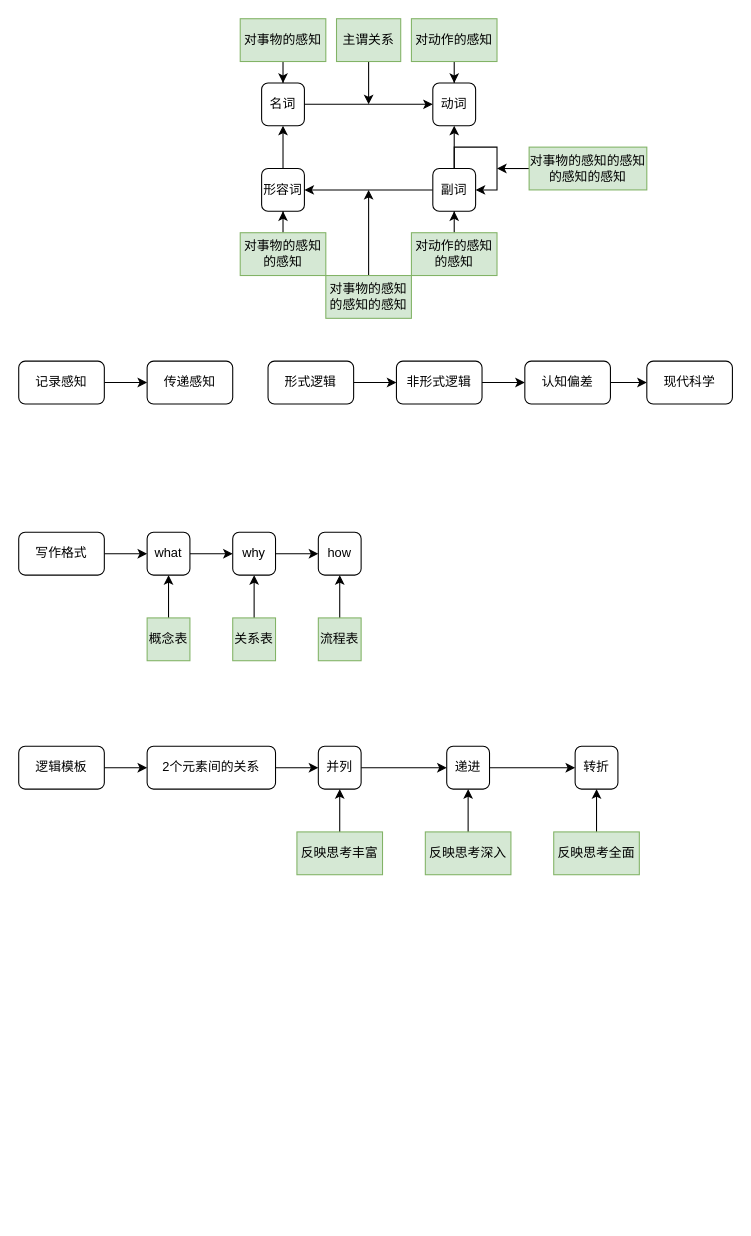
yanhanfrontend/draw.io.workspace keeps this draw.io diagram as 写作课.drawio. Above is the earlier version. Source tidied: cells renumbered, new cells numbered last; positions are measured from the earlier drawing's top-left corner, leaving out a move shared by most shapes. Both pictures are drawn from the tidied source at 107%, with x=0, y=0 at pixel (18, 18).
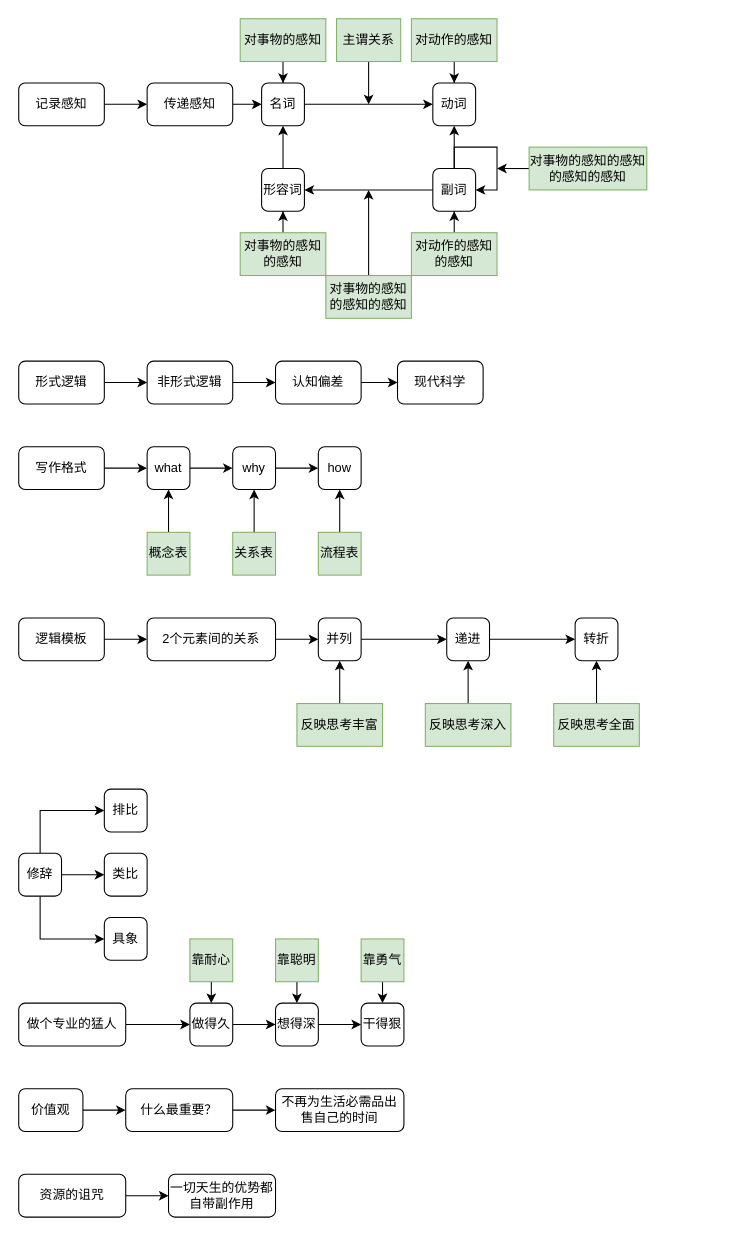
The same page after the edit.

Commit message:
更新写作课.drawio

The change refers to these unchanged cells:
```xml
<mxCell id="29" value="名词" style="rounded=1;whiteSpace=wrap;html=1;" parent="1" vertex="1">
  <mxGeometry x="227" y="60" width="40" height="40" as="geometry" />
</mxCell>
```

The edit, as a diff of the source:
```diff
@@
     <mxCell id="3" value="并列" style="rounded=1;whiteSpace=wrap;html=1;" parent="1" vertex="1">
-      <mxGeometry x="280" y="680" width="40" height="40" as="geometry" />
+      <mxGeometry x="280" y="560" width="40" height="40" as="geometry" />
     </mxCell>
@@
     <mxCell id="5" value="递进" style="rounded=1;whiteSpace=wrap;html=1;" parent="1" vertex="1">
-      <mxGeometry x="400" y="680" width="40" height="40" as="geometry" />
+      <mxGeometry x="400" y="560" width="40" height="40" as="geometry" />
     </mxCell>
     <mxCell id="6" value="转折" style="rounded=1;whiteSpace=wrap;html=1;" parent="1" vertex="1">
-      <mxGeometry x="520" y="680" width="40" height="40" as="geometry" />
+      <mxGeometry x="520" y="560" width="40" height="40" as="geometry" />
     </mxCell>
@@
     <mxCell id="8" value="反映思考丰富" style="text;html=1;align=center;verticalAlign=middle;whiteSpace=wrap;rounded=0;fillColor=#d5e8d4;strokeColor=#82b366;" parent="1" vertex="1">
-      <mxGeometry x="260" y="760" width="80" height="40" as="geometry" />
+      <mxGeometry x="260" y="640" width="80" height="40" as="geometry" />
     </mxCell>
@@
     <mxCell id="10" value="反映思考深入" style="text;html=1;align=center;verticalAlign=middle;whiteSpace=wrap;rounded=0;fillColor=#d5e8d4;strokeColor=#82b366;" parent="1" vertex="1">
-      <mxGeometry x="380" y="760" width="80" height="40" as="geometry" />
+      <mxGeometry x="380" y="640" width="80" height="40" as="geometry" />
     </mxCell>
@@
     <mxCell id="12" value="反映思考全面" style="text;html=1;align=center;verticalAlign=middle;whiteSpace=wrap;rounded=0;fillColor=#d5e8d4;strokeColor=#82b366;" parent="1" vertex="1">
-      <mxGeometry x="500" y="760" width="80" height="40" as="geometry" />
+      <mxGeometry x="500" y="640" width="80" height="40" as="geometry" />
     </mxCell>
@@
     <mxCell id="14" value="写作格式" style="rounded=1;whiteSpace=wrap;html=1;" parent="1" vertex="1">
-      <mxGeometry y="480" width="80" height="40" as="geometry" />
+      <mxGeometry y="400" width="80" height="40" as="geometry" />
     </mxCell>
@@
     <mxCell id="16" value="what" style="rounded=1;whiteSpace=wrap;html=1;" parent="1" vertex="1">
-      <mxGeometry x="120" y="480" width="40" height="40" as="geometry" />
+      <mxGeometry x="120" y="400" width="40" height="40" as="geometry" />
     </mxCell>
@@
     <mxCell id="18" value="why" style="rounded=1;whiteSpace=wrap;html=1;" parent="1" vertex="1">
-      <mxGeometry x="200" y="480" width="40" height="40" as="geometry" />
+      <mxGeometry x="200" y="400" width="40" height="40" as="geometry" />
     </mxCell>
     <mxCell id="19" value="how" style="rounded=1;whiteSpace=wrap;html=1;" parent="1" vertex="1">
-      <mxGeometry x="280" y="480" width="40" height="40" as="geometry" />
+      <mxGeometry x="280" y="400" width="40" height="40" as="geometry" />
     </mxCell>
@@
     <mxCell id="21" value="逻辑模板" style="rounded=1;whiteSpace=wrap;html=1;" parent="1" vertex="1">
-      <mxGeometry y="680" width="80" height="40" as="geometry" />
+      <mxGeometry y="560" width="80" height="40" as="geometry" />
     </mxCell>
@@
     <mxCell id="23" value="概念表" style="text;html=1;align=center;verticalAlign=middle;whiteSpace=wrap;rounded=0;fillColor=#d5e8d4;strokeColor=#82b366;" parent="1" vertex="1">
-      <mxGeometry x="120" y="560" width="40" height="40" as="geometry" />
+      <mxGeometry x="120" y="480" width="40" height="40" as="geometry" />
     </mxCell>
@@
     <mxCell id="25" value="关系表" style="text;html=1;align=center;verticalAlign=middle;whiteSpace=wrap;rounded=0;fillColor=#d5e8d4;strokeColor=#82b366;" parent="1" vertex="1">
-      <mxGeometry x="200" y="560" width="40" height="40" as="geometry" />
+      <mxGeometry x="200" y="480" width="40" height="40" as="geometry" />
     </mxCell>
@@
     <mxCell id="27" value="流程表" style="text;html=1;align=center;verticalAlign=middle;whiteSpace=wrap;rounded=0;fillColor=#d5e8d4;strokeColor=#82b366;" parent="1" vertex="1">
-      <mxGeometry x="280" y="560" width="40" height="40" as="geometry" />
+      <mxGeometry x="280" y="480" width="40" height="40" as="geometry" />
     </mxCell>
@@
     <mxCell id="48" value="记录感知" style="rounded=1;whiteSpace=wrap;html=1;" parent="1" vertex="1">
-      <mxGeometry y="320" width="80" height="40" as="geometry" />
+      <mxGeometry y="60" width="80" height="40" as="geometry" />
     </mxCell>
+    <mxCell id="63" style="edgeStyle=orthogonalEdgeStyle;rounded=0;jettySize=auto;html=1;" parent="1" edge="1" source="49" target="29">
+      <mxGeometry relative="1" as="geometry" />
+    </mxCell>
     <mxCell id="49" value="传递感知" style="rounded=1;whiteSpace=wrap;html=1;" parent="1" vertex="1">
-      <mxGeometry x="120" y="320" width="80" height="40" as="geometry" />
+      <mxGeometry x="120" y="60" width="80" height="40" as="geometry" />
     </mxCell>
@@
     <mxCell id="51" value="形式逻辑" style="rounded=1;whiteSpace=wrap;html=1;" parent="1" vertex="1">
-      <mxGeometry x="233" y="320" width="80" height="40" as="geometry" />
+      <mxGeometry y="320" width="80" height="40" as="geometry" />
     </mxCell>
@@
     <mxCell id="53" value="非形式逻辑" style="rounded=1;whiteSpace=wrap;html=1;" parent="1" vertex="1">
-      <mxGeometry x="353" y="320" width="80" height="40" as="geometry" />
+      <mxGeometry x="120" y="320" width="80" height="40" as="geometry" />
     </mxCell>
@@
     <mxCell id="55" value="认知偏差" style="rounded=1;whiteSpace=wrap;html=1;" parent="1" vertex="1">
-      <mxGeometry x="473" y="320" width="80" height="40" as="geometry" />
+      <mxGeometry x="240" y="320" width="80" height="40" as="geometry" />
     </mxCell>
@@
     <mxCell id="61" value="2个元素间的关系" style="rounded=1;whiteSpace=wrap;html=1;" parent="1" vertex="1">
-      <mxGeometry x="120" y="680" width="120" height="40" as="geometry" />
+      <mxGeometry x="120" y="560" width="120" height="40" as="geometry" />
     </mxCell>
     <mxCell id="62" value="现代科学" style="rounded=1;whiteSpace=wrap;html=1;" parent="1" vertex="1">
-      <mxGeometry x="587" y="320" width="80" height="40" as="geometry" />
+      <mxGeometry x="354" y="320" width="80" height="40" as="geometry" />
     </mxCell>
+    <mxCell id="64" style="edgeStyle=orthogonalEdgeStyle;rounded=0;jettySize=auto;html=1;exitX=0.5;exitY=0;exitDx=0;exitDy=0;entryX=0;entryY=0.5;entryDx=0;entryDy=0;" parent="1" edge="1" source="67" target="68">
+      <mxGeometry relative="1" as="geometry" />
+    </mxCell>
+    <mxCell id="65" style="edgeStyle=orthogonalEdgeStyle;rounded=0;jettySize=auto;html=1;exitX=0.5;exitY=1;exitDx=0;exitDy=0;entryX=0;entryY=0.5;entryDx=0;entryDy=0;" parent="1" edge="1" source="67" target="70">
+      <mxGeometry relative="1" as="geometry" />
+    </mxCell>
+    <mxCell id="66" style="edgeStyle=orthogonalEdgeStyle;rounded=0;jettySize=auto;html=1;" parent="1" edge="1" source="67" target="69">
+      <mxGeometry relative="1" as="geometry" />
+    </mxCell>
+    <mxCell id="67" value="修辞" style="rounded=1;whiteSpace=wrap;html=1;" parent="1" vertex="1">
+      <mxGeometry y="780" width="40" height="40" as="geometry" />
+    </mxCell>
+    <mxCell id="68" value="排比" style="rounded=1;whiteSpace=wrap;html=1;" parent="1" vertex="1">
+      <mxGeometry x="80" y="720" width="40" height="40" as="geometry" />
+    </mxCell>
+    <mxCell id="69" value="类比" style="rounded=1;whiteSpace=wrap;html=1;" parent="1" vertex="1">
+      <mxGeometry x="80" y="780" width="40" height="40" as="geometry" />
+    </mxCell>
+    <mxCell id="70" value="具象" style="rounded=1;whiteSpace=wrap;html=1;" parent="1" vertex="1">
+      <mxGeometry x="80" y="840" width="40" height="40" as="geometry" />
+    </mxCell>
+    <mxCell id="71" style="edgeStyle=orthogonalEdgeStyle;rounded=0;jettySize=auto;html=1;" parent="1" edge="1" source="72" target="74">
+      <mxGeometry relative="1" as="geometry" />
+    </mxCell>
+    <mxCell id="72" value="做个专业的猛人" style="rounded=1;whiteSpace=wrap;html=1;" parent="1" vertex="1">
+      <mxGeometry y="920" width="100" height="40" as="geometry" />
+    </mxCell>
+    <mxCell id="73" style="edgeStyle=orthogonalEdgeStyle;rounded=0;jettySize=auto;html=1;" parent="1" edge="1" source="74" target="76">
+      <mxGeometry relative="1" as="geometry" />
+    </mxCell>
+    <mxCell id="74" value="做得久" style="rounded=1;whiteSpace=wrap;html=1;" parent="1" vertex="1">
+      <mxGeometry x="160" y="920" width="40" height="40" as="geometry" />
+    </mxCell>
+    <mxCell id="75" style="edgeStyle=orthogonalEdgeStyle;rounded=0;jettySize=auto;html=1;" parent="1" edge="1" source="76" target="77">
+      <mxGeometry relative="1" as="geometry" />
+    </mxCell>
+    <mxCell id="76" value="想得深" style="rounded=1;whiteSpace=wrap;html=1;" parent="1" vertex="1">
+      <mxGeometry x="240" y="920" width="40" height="40" as="geometry" />
+    </mxCell>
+    <mxCell id="77" value="干得狠" style="rounded=1;whiteSpace=wrap;html=1;" parent="1" vertex="1">
+      <mxGeometry x="320" y="920" width="40" height="40" as="geometry" />
+    </mxCell>
+    <mxCell id="78" style="edgeStyle=orthogonalEdgeStyle;rounded=0;jettySize=auto;html=1;" parent="1" edge="1" source="79" target="81">
+      <mxGeometry relative="1" as="geometry" />
+    </mxCell>
+    <mxCell id="79" value="价值观" style="rounded=1;whiteSpace=wrap;html=1;" parent="1" vertex="1">
+      <mxGeometry y="1000" width="60" height="40" as="geometry" />
+    </mxCell>
+    <mxCell id="80" style="edgeStyle=orthogonalEdgeStyle;rounded=0;jettySize=auto;html=1;" parent="1" edge="1" source="81" target="82">
+      <mxGeometry relative="1" as="geometry" />
+    </mxCell>
+    <mxCell id="81" value="什么最重要？" style="rounded=1;whiteSpace=wrap;html=1;" parent="1" vertex="1">
+      <mxGeometry x="100" y="1000" width="100" height="40" as="geometry" />
+    </mxCell>
+    <mxCell id="82" value="不再为生活必需品出售自己的时间" style="rounded=1;whiteSpace=wrap;html=1;" parent="1" vertex="1">
+      <mxGeometry x="240" y="1000" width="120" height="40" as="geometry" />
+    </mxCell>
+    <mxCell id="83" style="edgeStyle=orthogonalEdgeStyle;rounded=0;jettySize=auto;html=1;" parent="1" edge="1" source="84" target="85">
+      <mxGeometry relative="1" as="geometry" />
+    </mxCell>
+    <mxCell id="84" value="资源的诅咒" style="rounded=1;whiteSpace=wrap;html=1;" parent="1" vertex="1">
+      <mxGeometry y="1080" width="100" height="40" as="geometry" />
+    </mxCell>
+    <mxCell id="85" value="一切天生的优势都自带副作用" style="rounded=1;whiteSpace=wrap;html=1;" parent="1" vertex="1">
+      <mxGeometry x="140" y="1080" width="100" height="40" as="geometry" />
+    </mxCell>
+    <mxCell id="86" style="edgeStyle=orthogonalEdgeStyle;rounded=0;jettySize=auto;html=1;exitX=0.5;exitY=1;exitDx=0;exitDy=0;entryX=0.5;entryY=0;entryDx=0;entryDy=0;" parent="1" edge="1" source="87" target="74">
+      <mxGeometry relative="1" as="geometry" />
+    </mxCell>
+    <mxCell id="87" value="靠耐心" style="text;html=1;align=center;verticalAlign=middle;whiteSpace=wrap;rounded=0;fillColor=#d5e8d4;strokeColor=#82b366;" parent="1" vertex="1">
+      <mxGeometry x="160" y="860" width="40" height="40" as="geometry" />
+    </mxCell>
+    <mxCell id="88" style="edgeStyle=orthogonalEdgeStyle;rounded=0;jettySize=auto;html=1;exitX=0.5;exitY=1;exitDx=0;exitDy=0;entryX=0.5;entryY=0;entryDx=0;entryDy=0;" parent="1" edge="1" source="89" target="76">
+      <mxGeometry relative="1" as="geometry" />
+    </mxCell>
+    <mxCell id="89" value="靠聪明" style="text;html=1;align=center;verticalAlign=middle;whiteSpace=wrap;rounded=0;fillColor=#d5e8d4;strokeColor=#82b366;" parent="1" vertex="1">
+      <mxGeometry x="240" y="860" width="40" height="40" as="geometry" />
+    </mxCell>
+    <mxCell id="90" style="edgeStyle=orthogonalEdgeStyle;rounded=0;jettySize=auto;html=1;exitX=0.5;exitY=1;exitDx=0;exitDy=0;entryX=0.5;entryY=0;entryDx=0;entryDy=0;" parent="1" edge="1" source="91" target="77">
+      <mxGeometry relative="1" as="geometry" />
+    </mxCell>
+    <mxCell id="91" value="靠勇气" style="text;html=1;align=center;verticalAlign=middle;whiteSpace=wrap;rounded=0;fillColor=#d5e8d4;strokeColor=#82b366;" parent="1" vertex="1">
+      <mxGeometry x="320" y="860" width="40" height="40" as="geometry" />
+    </mxCell>
```
